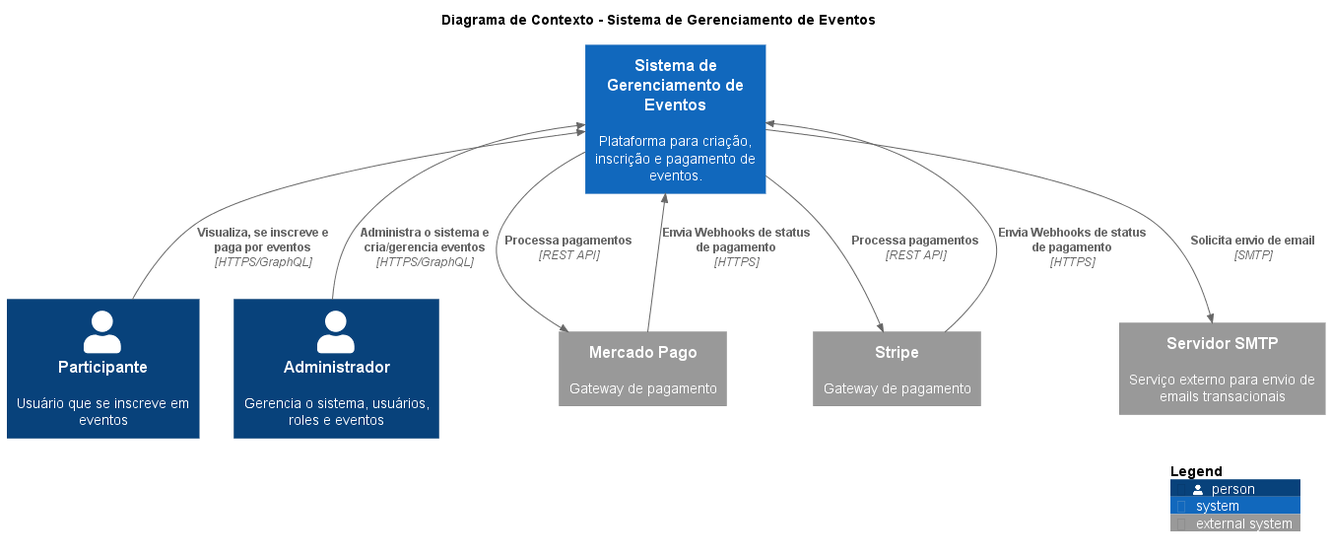
GabrielMainiere/events-backend keeps this PlantUML diagram as docs/diagrams/images/c4-context.png. Above is the earlier version.
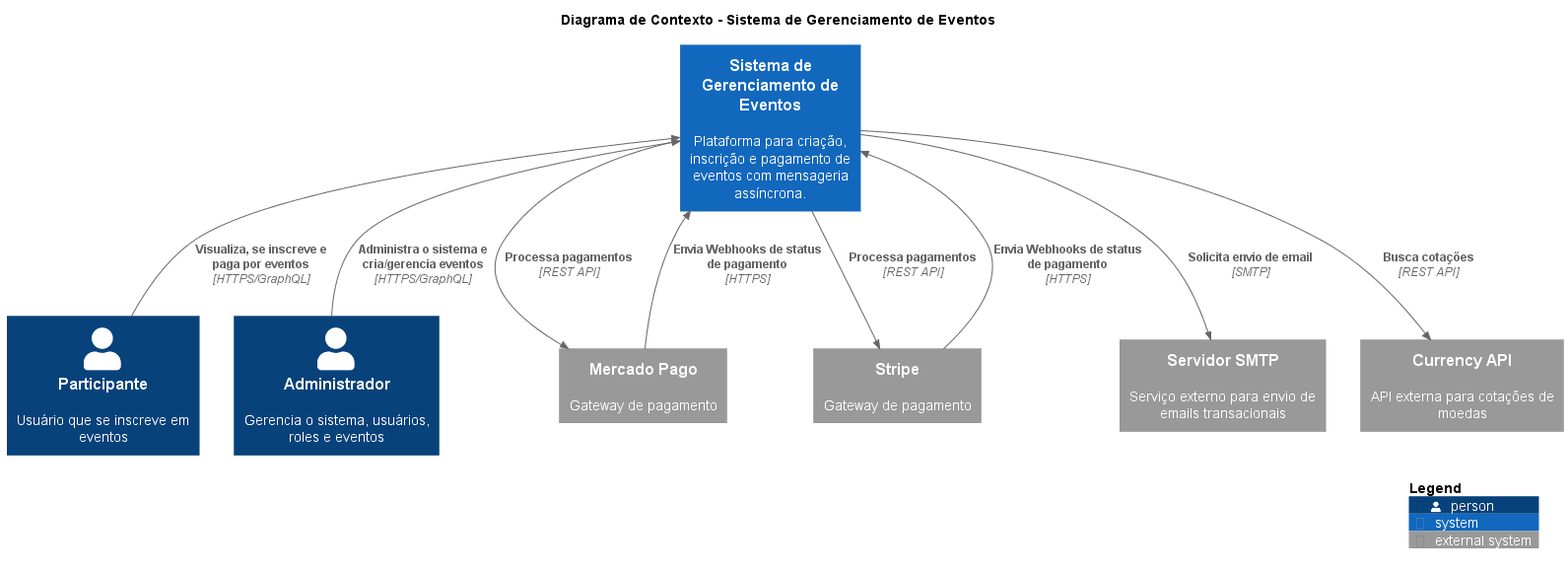
After the commit.

Diff of the diagram source:
```diff
@@ -6,11 +6,12 @@
 Person(attendee, "Participante", "Usuário que se inscreve em eventos")
 Person(admin, "Administrador", "Gerencia o sistema, usuários, roles e eventos")
 
-System(eventsSystem, "Sistema de Gerenciamento de Eventos", "Plataforma para criação, inscrição e pagamento de eventos.")
+System(eventsSystem, "Sistema de Gerenciamento de Eventos", "Plataforma para criação, inscrição e pagamento de eventos com mensageria assíncrona.")
 
 System_Ext(mercadoPago, "Mercado Pago", "Gateway de pagamento")
 System_Ext(stripe, "Stripe", "Gateway de pagamento")
 System_Ext(smtpServer, "Servidor SMTP", "Serviço externo para envio de emails transacionais")
+System_Ext(currencyApi, "Currency API", "API externa para cotações de moedas")
 
 Rel_U(attendee, eventsSystem, "Visualiza, se inscreve e paga por eventos", "HTTPS/GraphQL")
 Rel_U(admin, eventsSystem, "Administra o sistema e cria/gerencia eventos", "HTTPS/GraphQL")
@@ -18,6 +19,7 @@
 Rel_D(eventsSystem, smtpServer, "Solicita envio de email", "SMTP")
 Rel_D(eventsSystem, mercadoPago, "Processa pagamentos", "REST API")
 Rel_D(eventsSystem, stripe, "Processa pagamentos", "REST API")
+Rel_D(eventsSystem, currencyApi, "Busca cotações", "REST API")
 
 Rel_U(mercadoPago, eventsSystem, "Envia Webhooks de status de pagamento", "HTTPS")
 Rel_U(stripe, eventsSystem, "Envia Webhooks de status de pagamento", "HTTPS")
```
